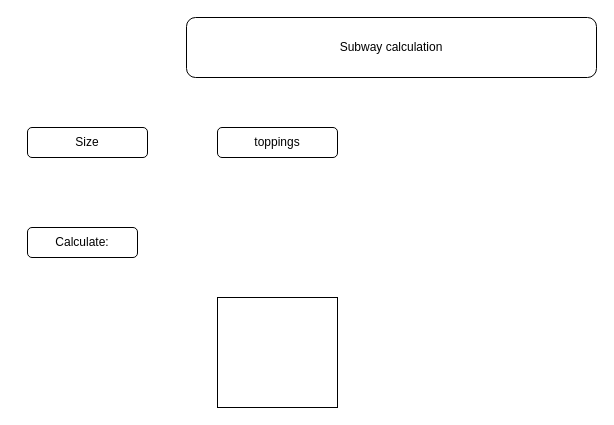
This is design/storyboard.drawio from MTHS-ICD2O-1-2023/ICD2O-Assignment-04-tymofii-stepanov, a draw.io file, before an edit. Source tidied: cells renumbered, new cells numbered last; positions are measured from the earlier drawing's top-left corner, leaving out a move shared by most shapes. Both pictures are drawn from the tidied source at 100%, with x=0, y=0 at pixel (27, 17).
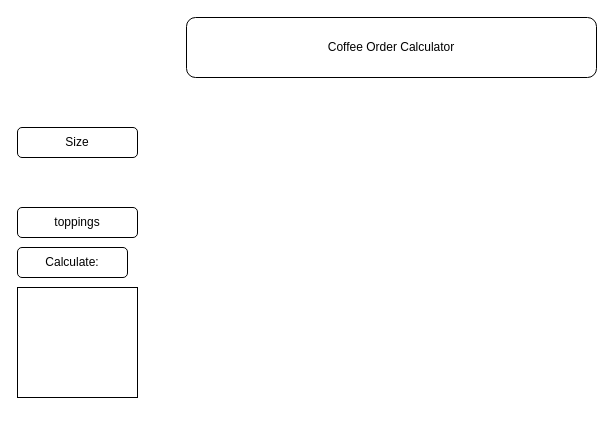
The same diagram, later.

Diff of the diagram source:
```diff
@@
 <mxGraphModel>
   <root>
     <mxCell id="0" />
     <mxCell id="1" parent="0" />
-    <mxCell id="2" value="Subway calculation" style="rounded=1;whiteSpace=wrap;html=1;" parent="1" vertex="1">
+    <mxCell id="2" value="Coffee Order Calculator" style="rounded=1;whiteSpace=wrap;html=1;" parent="1" vertex="1">
       <mxGeometry x="159" width="410" height="60" as="geometry" />
     </mxCell>
     <mxCell id="3" value="Size" style="rounded=1;whiteSpace=wrap;html=1;" parent="1" vertex="1">
-      <mxGeometry y="110" width="120" height="30" as="geometry" />
+      <mxGeometry x="-10" y="110" width="120" height="30" as="geometry" />
     </mxCell>
     <mxCell id="4" value="&lt;div style=&quot;text-align: left;&quot;&gt;toppings&lt;/div&gt;" style="rounded=1;whiteSpace=wrap;html=1;" parent="1" vertex="1">
-      <mxGeometry x="190" y="110" width="120" height="30" as="geometry" />
+      <mxGeometry x="-10" y="190" width="120" height="30" as="geometry" />
     </mxCell>
     <mxCell id="5" value="Calculate:" style="rounded=1;whiteSpace=wrap;html=1;" parent="1" vertex="1">
-      <mxGeometry y="210" width="110" height="30" as="geometry" />
+      <mxGeometry x="-10" y="230" width="110" height="30" as="geometry" />
     </mxCell>
     <mxCell id="6" style="rounded=0;whiteSpace=wrap;html=1;" parent="1" vertex="1">
-      <mxGeometry x="190" y="280" width="120" height="110" as="geometry" />
+      <mxGeometry x="-10" y="270" width="120" height="110" as="geometry" />
     </mxCell>
   </root>
 </mxGraphModel>
```
